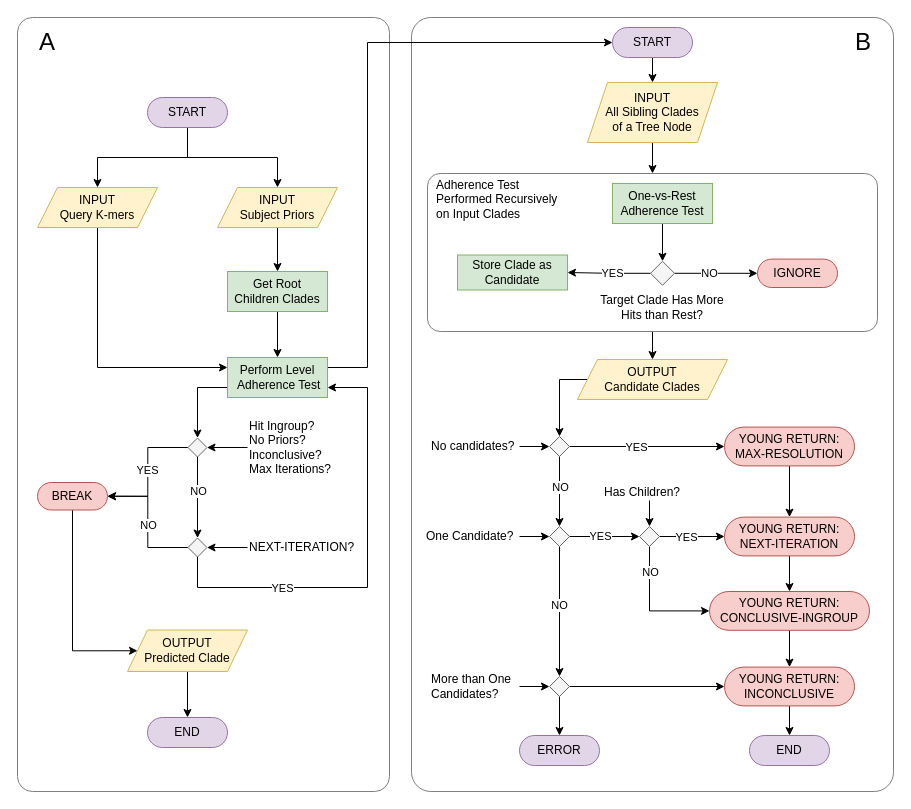
The draw.io diagram page "prediction-algorithm" (3 of 3) of docs/drawio/classeq.drawio in LepistaBioinformatics/classeq, before the edit. Source tidied: cells renumbered, new cells numbered last; positions are measured from the earlier drawing's top-left corner, leaving out a move shared by most shapes. Both pictures are drawn from the tidied source at 100%, with x=0, y=0 at pixel (17, 17).
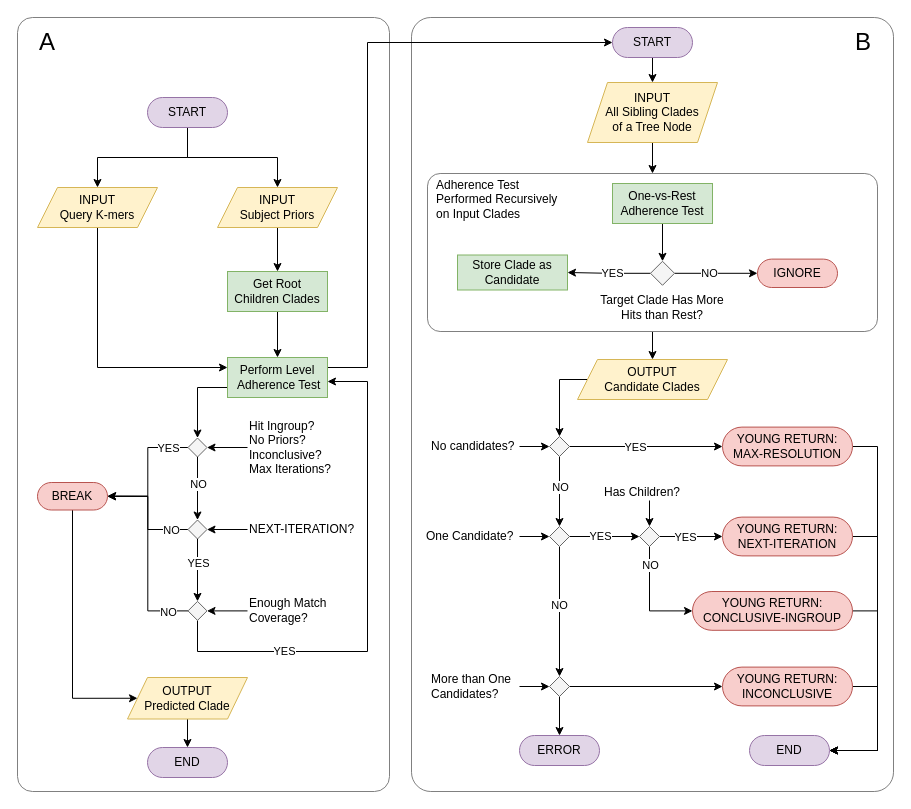
The same page after the edit.

Unchanged cells that the change refers to:
```xml
<mxCell id="22" style="edgeStyle=orthogonalEdgeStyle;rounded=0;jettySize=auto;html=1;flowAnimation=0;entryX=1;entryY=0.5;entryDx=0;entryDy=0;entryPerimeter=0;" parent="1" edge="1" source="24" target="26">
  <mxGeometry relative="1" as="geometry" />
</mxCell>
<mxCell id="26" value="BREAK" style="html=1;dashed=0;whiteSpace=wrap;shape=mxgraph.dfd.start;fillColor=#f8cecc;strokeColor=#b85450;" parent="1" vertex="1">
  <mxGeometry x="20" y="465" width="70" height="27.5" as="geometry" />
</mxCell>
<mxCell id="31" style="edgeStyle=orthogonalEdgeStyle;rounded=0;jettySize=auto;html=1;entryX=1;entryY=0.5;entryDx=0;entryDy=0;entryPerimeter=0;flowAnimation=0;" parent="1" edge="1" source="35" target="26">
  <mxGeometry relative="1" as="geometry" />
</mxCell>
<mxCell id="37" value="Perform Level&lt;br&gt;&amp;nbsp;Adherence Test" style="rounded=0;whiteSpace=wrap;html=1;fillColor=#d5e8d4;strokeColor=#82b366;" parent="1" vertex="1">
  <mxGeometry x="210" y="340" width="100" height="40" as="geometry" />
</mxCell>
<mxCell id="84" value="END" style="html=1;dashed=0;whiteSpace=wrap;shape=mxgraph.dfd.start;fillColor=#e1d5e7;strokeColor=#9673a6;" parent="1" vertex="1">
  <mxGeometry x="732" y="718" width="80" height="30" as="geometry" />
</mxCell>
```

The edit, as a diff of the source:
```diff
@@
     <mxCell id="11" value="END" style="html=1;dashed=0;whiteSpace=wrap;shape=mxgraph.dfd.start;fillColor=#e1d5e7;strokeColor=#9673a6;" parent="1" vertex="1">
-      <mxGeometry x="130" y="700" width="80" height="30" as="geometry" />
+      <mxGeometry x="130" y="730" width="80" height="30" as="geometry" />
     </mxCell>
@@
     <mxCell id="13" value="OUTPUT&lt;br&gt;Predicted Clade" style="shape=parallelogram;perimeter=parallelogramPerimeter;whiteSpace=wrap;html=1;fixedSize=1;fillColor=#fff2cc;strokeColor=#d6b656;" parent="1" vertex="1">
-      <mxGeometry x="110" y="612.5" width="120" height="41.5" as="geometry" />
+      <mxGeometry x="110" y="660" width="120" height="41.5" as="geometry" />
     </mxCell>
@@
     <mxCell id="23" value="YES" style="edgeLabel;html=1;align=center;verticalAlign=middle;" parent="22" vertex="1">
       <mxGeometry x="-0.23" relative="1" as="geometry">
-        <mxPoint x="-1" y="13" as="offset" />
+        <mxPoint x="20" y="-9" as="offset" />
       </mxGeometry>
     </mxCell>
@@
     <mxCell id="25" style="edgeStyle=orthogonalEdgeStyle;rounded=0;jettySize=auto;html=1;entryX=0;entryY=0.5;entryDx=0;entryDy=0;exitX=0.5;exitY=0.5;exitDx=0;exitDy=13.75;exitPerimeter=0;" parent="1" edge="1" source="26" target="13">
       <mxGeometry relative="1" as="geometry">
         <Array as="points">
-          <mxPoint x="55" y="633" />
-          <mxPoint x="120" y="633" />
+          <mxPoint x="55" y="681" />
+          <mxPoint x="120" y="681" />
         </Array>
       </mxGeometry>
     </mxCell>
@@
     <mxCell id="30" value="NEXT-ITERATION?" style="text;html=1;strokeColor=none;fillColor=none;align=left;verticalAlign=middle;whiteSpace=wrap;rounded=0;" parent="1" vertex="1">
-      <mxGeometry x="230" y="515" width="110" height="30" as="geometry" />
+      <mxGeometry x="230" y="497" width="110" height="30" as="geometry" />
     </mxCell>
@@
     <mxCell id="32" value="NO" style="edgeLabel;html=1;align=center;verticalAlign=middle;" parent="31" vertex="1">
       <mxGeometry x="-0.33" y="1" relative="1" as="geometry">
-        <mxPoint x="1" y="-19" as="offset" />
+        <mxPoint x="21" y="-1" as="offset" />
       </mxGeometry>
     </mxCell>
-    <mxCell id="33" style="edgeStyle=orthogonalEdgeStyle;rounded=0;jettySize=auto;html=1;entryX=1;entryY=0.75;entryDx=0;entryDy=0;exitX=0.5;exitY=1;exitDx=0;exitDy=0;" parent="1" edge="1" source="35" target="37">
-      <mxGeometry relative="1" as="geometry">
-        <Array as="points">
-          <mxPoint x="180" y="570" />
-          <mxPoint x="350" y="570" />
-          <mxPoint x="350" y="370" />
-        </Array>
-      </mxGeometry>
-    </mxCell>
-    <mxCell id="34" value="YES" style="edgeLabel;html=1;align=center;verticalAlign=middle;" parent="33" vertex="1">
-      <mxGeometry x="-0.48" relative="1" as="geometry" />
-    </mxCell>
+    <mxCell id="92" style="edgeStyle=orthogonalEdgeStyle;rounded=0;jettySize=auto;html=1;" parent="1" edge="1" source="35" target="101">
+      <mxGeometry relative="1" as="geometry" />
+    </mxCell>
+    <mxCell id="93" value="YES" style="edgeLabel;html=1;align=center;verticalAlign=middle;" parent="92" vertex="1">
+      <mxGeometry x="-0.22" relative="1" as="geometry" />
+    </mxCell>
     <mxCell id="35" style="rhombus;whiteSpace=wrap;html=1;fillColor=#f5f5f5;fontColor=#333333;strokeColor=#666666;" parent="1" vertex="1">
-      <mxGeometry x="170.5" y="520.5" width="19" height="19" as="geometry" />
+      <mxGeometry x="170.5" y="502.5" width="19" height="19" as="geometry" />
     </mxCell>
@@
-    <mxCell id="57" style="edgeStyle=orthogonalEdgeStyle;rounded=0;jettySize=auto;html=1;entryX=0.5;entryY=0.5;entryDx=0;entryDy=-19.375;entryPerimeter=0;" parent="1" edge="1" source="58" target="81">
-      <mxGeometry relative="1" as="geometry" />
-    </mxCell>
+    <mxCell id="94" style="edgeStyle=orthogonalEdgeStyle;rounded=0;jettySize=auto;html=1;entryX=1;entryY=0.5;entryDx=0;entryDy=0;entryPerimeter=0;exitX=1;exitY=0.5;exitDx=0;exitDy=0;exitPerimeter=0;" parent="1" edge="1" source="58" target="84">
+      <mxGeometry relative="1" as="geometry">
+        <Array as="points">
+          <mxPoint x="860" y="429" />
+          <mxPoint x="860" y="733" />
+        </Array>
+      </mxGeometry>
+    </mxCell>
     <mxCell id="58" value="YOUNG RETURN:&lt;br&gt;MAX-RESOLUTION" style="html=1;dashed=0;whiteSpace=wrap;shape=mxgraph.dfd.start;fillColor=#f8cecc;strokeColor=#b85450;" parent="1" vertex="1">
-      <mxGeometry x="707" y="409.6" width="130" height="38.8" as="geometry" />
+      <mxGeometry x="705" y="409.6" width="130" height="38.8" as="geometry" />
     </mxCell>
@@
-    <mxCell id="76" style="edgeStyle=orthogonalEdgeStyle;rounded=0;jettySize=auto;html=1;entryX=0.5;entryY=0.5;entryDx=0;entryDy=-15;entryPerimeter=0;" parent="1" edge="1" source="77" target="84">
-      <mxGeometry relative="1" as="geometry" />
+    <mxCell id="76" style="edgeStyle=orthogonalEdgeStyle;rounded=0;jettySize=auto;html=1;entryX=1;entryY=0.5;entryDx=0;entryDy=0;entryPerimeter=0;exitX=1;exitY=0.5;exitDx=0;exitDy=0;exitPerimeter=0;" parent="1" edge="1" source="77" target="84">
+      <mxGeometry relative="1" as="geometry">
+        <Array as="points">
+          <mxPoint x="860" y="669" />
+          <mxPoint x="860" y="733" />
+        </Array>
+      </mxGeometry>
     </mxCell>
     <mxCell id="77" value="YOUNG RETURN:&lt;br&gt;INCONCLUSIVE" style="html=1;dashed=0;whiteSpace=wrap;shape=mxgraph.dfd.start;fillColor=#f8cecc;strokeColor=#b85450;" parent="1" vertex="1">
-      <mxGeometry x="707" y="649.6" width="130" height="38.8" as="geometry" />
+      <mxGeometry x="705" y="649.6" width="130" height="38.8" as="geometry" />
     </mxCell>
@@
-    <mxCell id="80" style="edgeStyle=orthogonalEdgeStyle;rounded=0;jettySize=auto;html=1;entryX=0.5;entryY=0.5;entryDx=0;entryDy=-19.375;entryPerimeter=0;" parent="1" edge="1" source="81" target="83">
-      <mxGeometry relative="1" as="geometry" />
-    </mxCell>
+    <mxCell id="95" style="edgeStyle=orthogonalEdgeStyle;rounded=0;jettySize=auto;html=1;entryX=1;entryY=0.5;entryDx=0;entryDy=0;entryPerimeter=0;exitX=1;exitY=0.5;exitDx=0;exitDy=0;exitPerimeter=0;" parent="1" edge="1" source="81" target="84">
+      <mxGeometry relative="1" as="geometry">
+        <Array as="points">
+          <mxPoint x="860" y="519" />
+          <mxPoint x="860" y="733" />
+        </Array>
+      </mxGeometry>
+    </mxCell>
     <mxCell id="81" value="YOUNG RETURN:&lt;br&gt;NEXT-ITERATION" style="html=1;dashed=0;whiteSpace=wrap;shape=mxgraph.dfd.start;fillColor=#f8cecc;strokeColor=#b85450;" parent="1" vertex="1">
-      <mxGeometry x="707" y="499.6" width="130" height="38.8" as="geometry" />
+      <mxGeometry x="705" y="499.6" width="130" height="38.8" as="geometry" />
     </mxCell>
-    <mxCell id="82" style="edgeStyle=orthogonalEdgeStyle;rounded=0;jettySize=auto;html=1;entryX=0.5;entryY=0.5;entryDx=0;entryDy=-19.375;entryPerimeter=0;" parent="1" edge="1" source="83" target="77">
-      <mxGeometry relative="1" as="geometry" />
-    </mxCell>
+    <mxCell id="96" style="edgeStyle=orthogonalEdgeStyle;rounded=0;jettySize=auto;html=1;entryX=1;entryY=0.5;entryDx=0;entryDy=0;entryPerimeter=0;exitX=1;exitY=0.5;exitDx=0;exitDy=0;exitPerimeter=0;" parent="1" edge="1" source="83" target="84">
+      <mxGeometry relative="1" as="geometry">
+        <Array as="points">
+          <mxPoint x="860" y="593" />
+          <mxPoint x="860" y="733" />
+        </Array>
+      </mxGeometry>
+    </mxCell>
     <mxCell id="83" value="YOUNG RETURN:&lt;br&gt;CONCLUSIVE-INGROUP" style="html=1;dashed=0;whiteSpace=wrap;shape=mxgraph.dfd.start;fillColor=#f8cecc;strokeColor=#b85450;" parent="1" vertex="1">
-      <mxGeometry x="692" y="574" width="160" height="38.8" as="geometry" />
+      <mxGeometry x="675" y="574" width="160" height="38.8" as="geometry" />
     </mxCell>
@@
+    <mxCell id="97" style="edgeStyle=orthogonalEdgeStyle;rounded=0;jettySize=auto;html=1;entryX=1;entryY=0.5;entryDx=0;entryDy=0;entryPerimeter=0;" parent="1" edge="1" source="101" target="26">
+      <mxGeometry relative="1" as="geometry" />
+    </mxCell>
+    <mxCell id="98" value="NO" style="edgeLabel;html=1;align=center;verticalAlign=middle;" parent="97" vertex="1">
+      <mxGeometry x="-0.79" y="1" relative="1" as="geometry" />
+    </mxCell>
+    <mxCell id="99" style="edgeStyle=orthogonalEdgeStyle;rounded=0;jettySize=auto;html=1;exitX=0.5;exitY=1;exitDx=0;exitDy=0;" parent="1" edge="1" source="101">
+      <mxGeometry relative="1" as="geometry">
+        <mxPoint x="310" y="364" as="targetPoint" />
+        <Array as="points">
+          <mxPoint x="180" y="634" />
+          <mxPoint x="350" y="634" />
+          <mxPoint x="350" y="364" />
+        </Array>
+      </mxGeometry>
+    </mxCell>
+    <mxCell id="100" value="YES" style="edgeLabel;html=1;align=center;verticalAlign=middle;" parent="99" vertex="1">
+      <mxGeometry x="-0.54" y="1" relative="1" as="geometry" />
+    </mxCell>
+    <mxCell id="101" style="rhombus;whiteSpace=wrap;html=1;fillColor=#f5f5f5;fontColor=#333333;strokeColor=#666666;" parent="1" vertex="1">
+      <mxGeometry x="170.5" y="583.9" width="19" height="19" as="geometry" />
+    </mxCell>
+    <mxCell id="102" style="edgeStyle=orthogonalEdgeStyle;rounded=0;jettySize=auto;html=1;entryX=1;entryY=0.5;entryDx=0;entryDy=0;" parent="1" edge="1" source="103" target="101">
+      <mxGeometry relative="1" as="geometry" />
+    </mxCell>
+    <mxCell id="103" value="Enough Match Coverage?" style="text;html=1;strokeColor=none;fillColor=none;align=left;verticalAlign=middle;whiteSpace=wrap;rounded=0;" parent="1" vertex="1">
+      <mxGeometry x="230" y="578.4" width="110" height="30" as="geometry" />
+    </mxCell>
```
